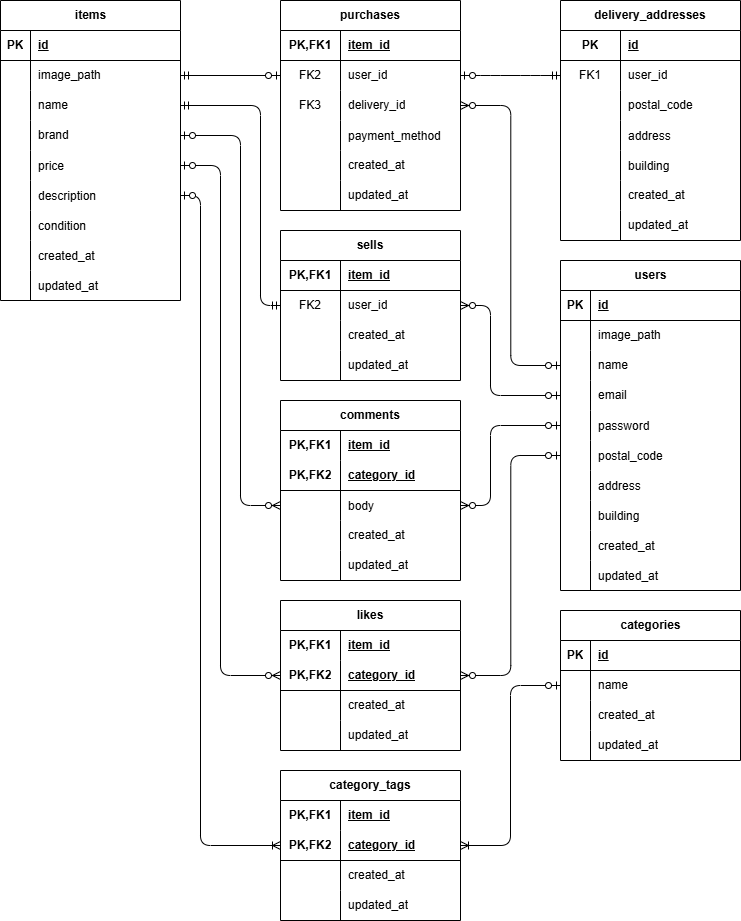
This is docs/er-diagram.drawio.png from fujiwara-k0814/first-mock-project, a draw.io export, as it was before one commit. Source tidied: cells renumbered, new cells last; positions are measured from the earlier drawing's top-left corner, leaving out a move shared by most shapes.
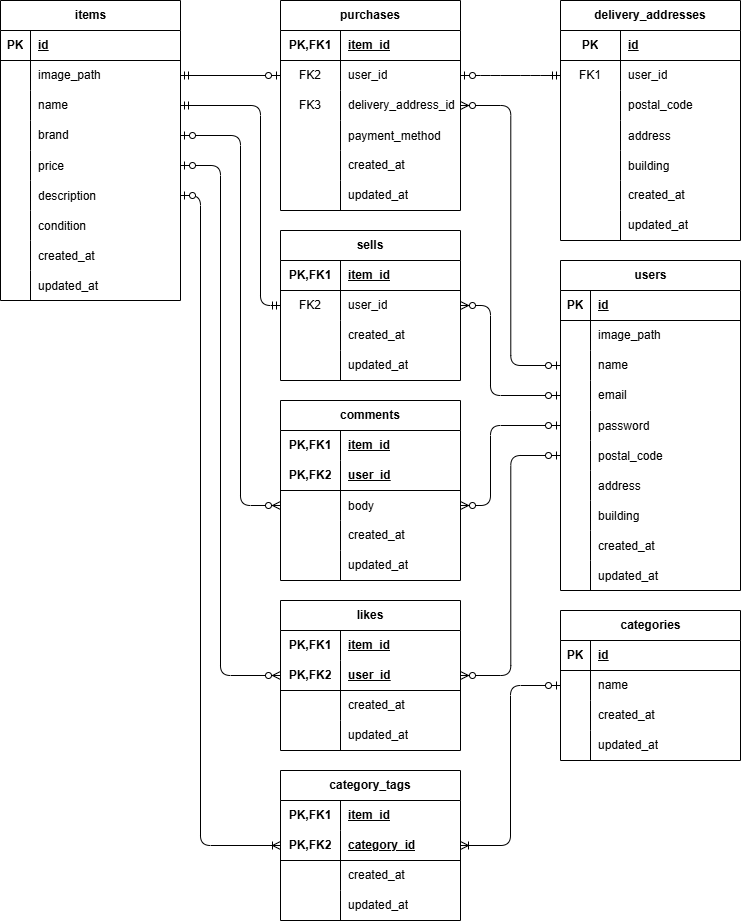
Later version of the same file.

Diff of the diagram source:
```diff
@@ -191,7 +191,7 @@
     <mxCell id="64" value="FK3" style="shape=partialRectangle;fillColor=none;top=0;left=0;bottom=0;right=0;fontStyle=0;overflow=hidden;whiteSpace=wrap;html=1;" parent="63" vertex="1">
       <mxGeometry width="60" height="30" as="geometry" />
     </mxCell>
-    <mxCell id="65" value="delivery_id" style="shape=partialRectangle;fillColor=none;top=0;left=0;bottom=0;right=0;align=left;spacingLeft=6;fontStyle=0;overflow=hidden;whiteSpace=wrap;html=1;" parent="63" vertex="1">
+    <mxCell id="65" value="delivery_address_id" style="shape=partialRectangle;fillColor=none;top=0;left=0;bottom=0;right=0;align=left;spacingLeft=6;fontStyle=0;overflow=hidden;whiteSpace=wrap;html=1;" parent="63" vertex="1">
       <mxGeometry x="60" width="120" height="30" as="geometry" />
     </mxCell>
     <mxCell id="66" style="shape=tableRow;horizontal=0;startSize=0;swimlaneHead=0;swimlaneBody=0;fillColor=none;top=0;left=0;right=0;bottom=0;" parent="56" vertex="1">
@@ -278,7 +278,7 @@
     <mxCell id="93" value="PK,FK2" style="shape=partialRectangle;fillColor=none;top=0;left=0;bottom=0;right=0;fontStyle=1;overflow=hidden;html=1;whiteSpace=wrap;" parent="92" vertex="1">
       <mxGeometry width="60" height="30" as="geometry" />
     </mxCell>
-    <mxCell id="94" value="category_id" style="shape=partialRectangle;fillColor=none;top=0;left=0;bottom=0;right=0;align=left;spacingLeft=6;fontStyle=5;overflow=hidden;html=1;whiteSpace=wrap;" parent="92" vertex="1">
+    <mxCell id="94" value="user_id" style="shape=partialRectangle;fillColor=none;top=0;left=0;bottom=0;right=0;align=left;spacingLeft=6;fontStyle=5;overflow=hidden;html=1;whiteSpace=wrap;" parent="92" vertex="1">
       <mxGeometry x="60" width="120" height="30" as="geometry" />
     </mxCell>
     <mxCell id="95" style="shape=tableRow;horizontal=0;startSize=0;swimlaneHead=0;swimlaneBody=0;fillColor=none;points=[[0,0.5],[1,0.5]];portConstraint=eastwest;top=0;left=0;right=0;bottom=0;" parent="88" vertex="1">
@@ -326,7 +326,7 @@
     <mxCell id="109" value="PK,FK2" style="shape=partialRectangle;fillColor=none;top=0;left=0;bottom=0;right=0;fontStyle=1;overflow=hidden;html=1;whiteSpace=wrap;" parent="108" vertex="1">
       <mxGeometry width="60" height="30" as="geometry" />
     </mxCell>
-    <mxCell id="110" value="category_id" style="shape=partialRectangle;fillColor=none;top=0;left=0;bottom=0;right=0;align=left;spacingLeft=6;fontStyle=5;overflow=hidden;html=1;whiteSpace=wrap;" parent="108" vertex="1">
+    <mxCell id="110" value="user_id" style="shape=partialRectangle;fillColor=none;top=0;left=0;bottom=0;right=0;align=left;spacingLeft=6;fontStyle=5;overflow=hidden;html=1;whiteSpace=wrap;" parent="108" vertex="1">
       <mxGeometry x="60" width="120" height="30" as="geometry" />
     </mxCell>
     <mxCell id="111" style="shape=tableRow;horizontal=0;startSize=0;swimlaneHead=0;swimlaneBody=0;fillColor=none;top=0;left=0;right=0;bottom=0;html=1;" parent="104" vertex="1">
```
